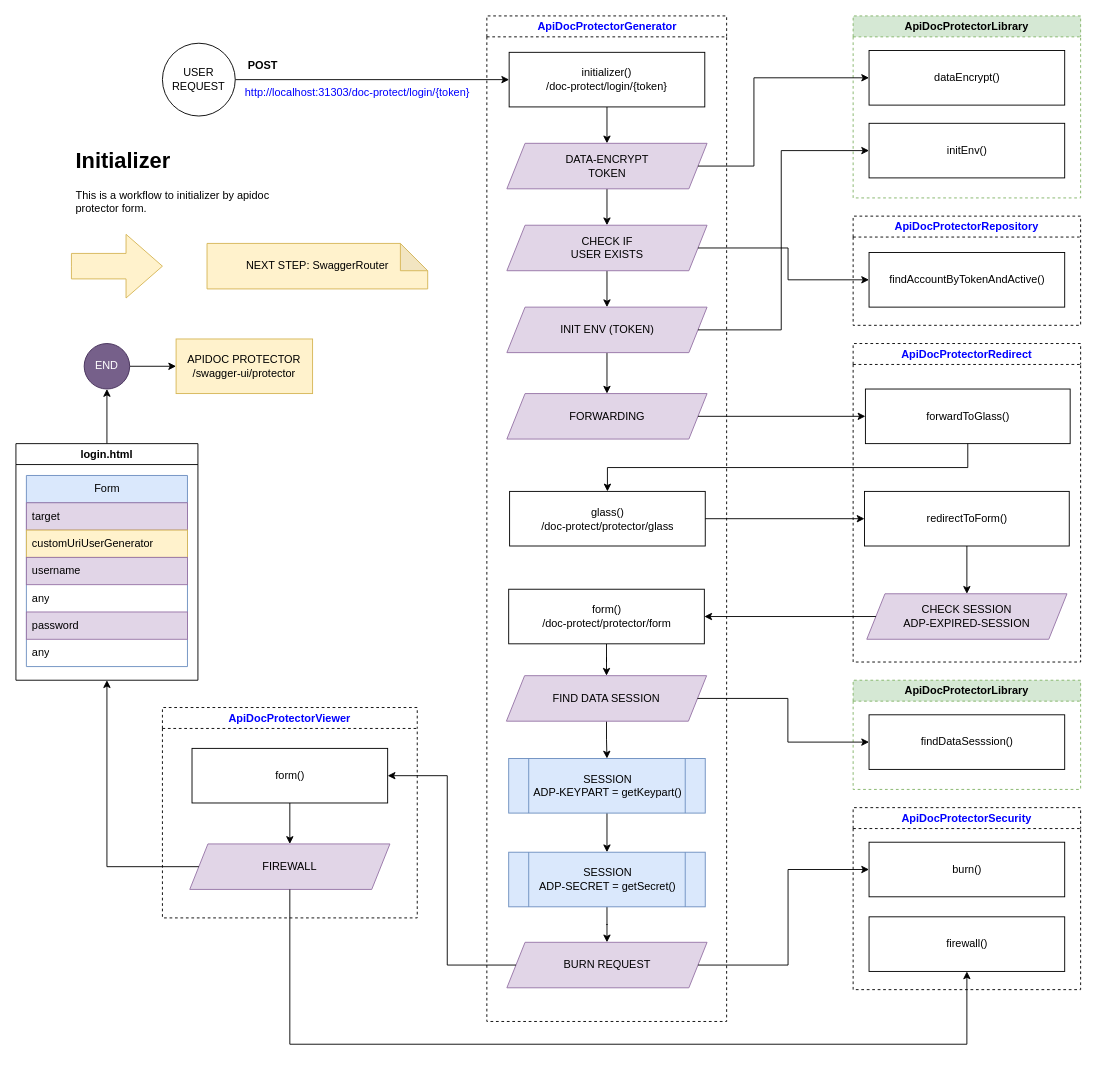
huntercodexs/apidocprotector keeps this draw.io diagram as page "Initializer" (4 of 16) of midias/diagram-flow.drawio. Above is the earlier version. Source tidied: cells renumbered, new cells numbered last; positions are measured from the earlier drawing's top-left corner, leaving out a move shared by most shapes. Both pictures are drawn from the tidied source at 91%, with x=0, y=0 at pixel (15, 15).
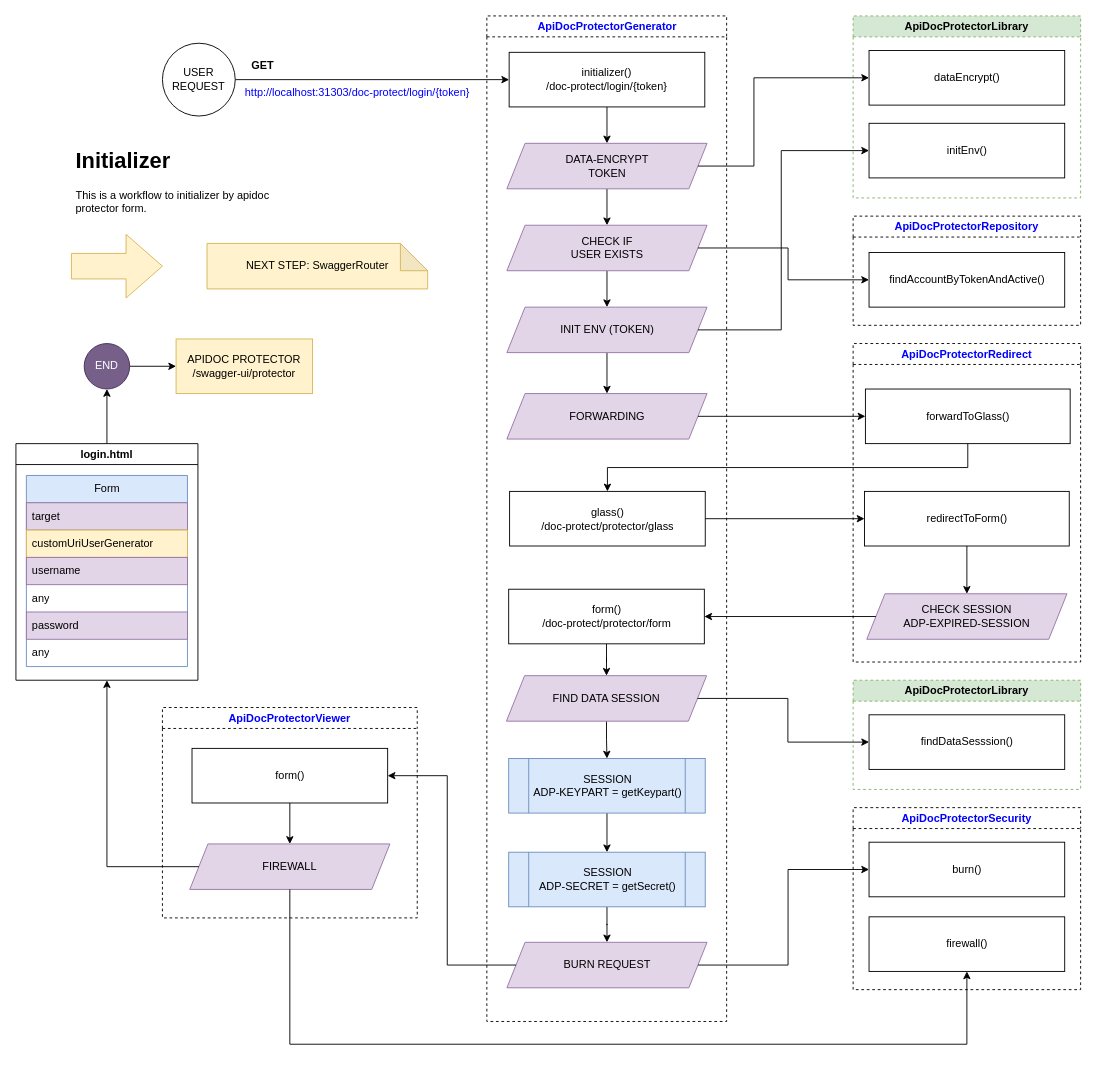
The same diagram, later.

What changed in the source:
```diff
@@
-    <mxCell id="71" value="POST" style="text;html=1;align=center;verticalAlign=middle;strokeColor=none;fillColor=none;fontStyle=1;" parent="1" vertex="1">
-      <mxGeometry x="241" y="40" width="60" height="30" as="geometry" />
+    <mxCell id="71" value="GET" style="text;html=1;align=center;verticalAlign=middle;strokeColor=none;fillColor=none;fontStyle=1;" parent="1" vertex="1">
+      <mxGeometry x="246" y="40" width="50" height="30" as="geometry" />
     </mxCell>
```
